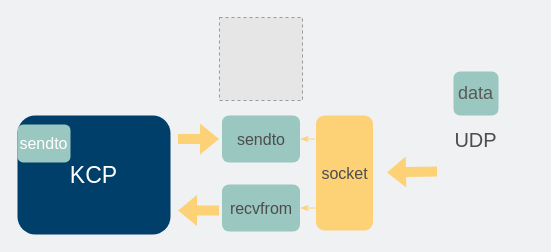
Before: network/加入KCP的UDP通信过程.drawio in xiaobaiTech/image, a draw.io diagram. Source tidied: cells renumbered, new cells numbered last; positions are measured from the earlier drawing's top-left corner, leaving out a move shared by most shapes. Both pictures are drawn from the tidied source at 100%, with x=0, y=0 at pixel (17, 17). Pictures stored in the file or linked from it are replaced by grey dashed boxes.
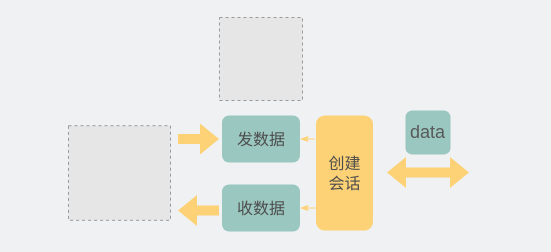
Above is the later version.

Commit message:
更新加入KCP的UDP通信过程.drawio

Diff of the diagram source:
```diff
@@
 <mxGraphModel background="#EFF1F3">
   <root>
     <mxCell id="0" />
     <mxCell id="1" parent="0" />
     <mxCell id="2" style="fillColor=#E6E6E6;strokeColor=#999999;dashed=1;verticalLabelPosition=bottom;verticalAlign=top;" parent="1" vertex="1">
       <mxGeometry x="202" width="83" height="83" as="geometry" />
     </mxCell>
-    <mxCell id="3" style="shape=flexArrow;endArrow=none;startArrow=classic;html=1;rounded=0;fillColor=#FDD276;strokeColor=none;fontColor=#4D4D4D;endFill=0;" parent="1" edge="1">
+    <mxCell id="3" style="shape=flexArrow;endArrow=block;startArrow=classic;html=1;rounded=0;fillColor=#FDD276;strokeColor=none;fontColor=#4D4D4D;endFill=0;" parent="1" edge="1">
       <mxGeometry relative="1" as="geometry">
         <mxPoint x="369" y="155" as="sourcePoint" />
-        <mxPoint x="420" y="154" as="targetPoint" />
+        <mxPoint x="452" y="155" as="targetPoint" />
       </mxGeometry>
     </mxCell>
-    <mxCell id="4" value="&lt;font style=&quot;font-size: 20px;&quot;&gt;UDP&lt;/font&gt;" style="text;html=1;strokeColor=none;fillColor=none;align=center;verticalAlign=middle;whiteSpace=wrap;rounded=0;fontColor=#4D4D4D;" parent="1" vertex="1">
-      <mxGeometry x="400" y="107" width="116.5" height="30" as="geometry" />
-    </mxCell>
     <mxCell id="5" value="&lt;font style=&quot;font-size: 18px;&quot; color=&quot;#595959&quot;&gt;data&lt;/font&gt;" style="rounded=1;whiteSpace=wrap;html=1;fontColor=#4A919B;fillColor=#9AC7BF;strokeColor=none;" parent="1" vertex="1">
-      <mxGeometry x="436" y="54" width="45" height="44" as="geometry" />
+      <mxGeometry x="388" y="93" width="45" height="44" as="geometry" />
     </mxCell>
-    <mxCell id="6" value="&lt;font style=&quot;font-size: 16px;&quot;&gt;socket&lt;/font&gt;" style="text;html=1;strokeColor=none;fillColor=#FDD276;align=center;verticalAlign=middle;whiteSpace=wrap;rounded=1;fontColor=#4D4D4D;" parent="1" vertex="1">
+    <mxCell id="6" value="&lt;font style=&quot;font-size: 16px;&quot;&gt;创建&lt;br&gt;会话&lt;br&gt;&lt;/font&gt;" style="text;html=1;strokeColor=none;fillColor=#FDD276;align=center;verticalAlign=middle;whiteSpace=wrap;rounded=1;fontColor=#4D4D4D;" parent="1" vertex="1">
       <mxGeometry x="298.5" y="98" width="57" height="115" as="geometry" />
     </mxCell>
     <mxCell id="7" style="edgeStyle=orthogonalEdgeStyle;rounded=0;jettySize=auto;html=1;exitX=1;exitY=0.5;exitDx=0;exitDy=0;entryX=-0.008;entryY=0.805;entryDx=0;entryDy=0;entryPerimeter=0;startArrow=classicThin;startFill=1;endArrow=none;endFill=0;strokeColor=#FDD276;fontColor=#4D4D4D;" parent="1" edge="1" source="8" target="6">
       <mxGeometry relative="1" as="geometry" />
     </mxCell>
-    <mxCell id="8" value="&lt;font&gt;&lt;span style=&quot;font-size: 16px;&quot;&gt;recvfrom&lt;/span&gt;&lt;/font&gt;" style="text;html=1;strokeColor=none;fillColor=#9AC7BF;align=center;verticalAlign=middle;whiteSpace=wrap;rounded=1;fontColor=#4D4D4D;" parent="1" vertex="1">
+    <mxCell id="8" value="&lt;font&gt;&lt;span style=&quot;font-size: 16px;&quot;&gt;收数据&lt;/span&gt;&lt;/font&gt;" style="text;html=1;strokeColor=none;fillColor=#9AC7BF;align=center;verticalAlign=middle;whiteSpace=wrap;rounded=1;fontColor=#4D4D4D;" parent="1" vertex="1">
       <mxGeometry x="204.5" y="167" width="78" height="47" as="geometry" />
     </mxCell>
     <mxCell id="9" style="edgeStyle=orthogonalEdgeStyle;rounded=0;jettySize=auto;html=1;exitX=1;exitY=0.5;exitDx=0;exitDy=0;entryX=-0.019;entryY=0.205;entryDx=0;entryDy=0;entryPerimeter=0;strokeColor=#FDD276;startArrow=classicThin;startFill=1;endArrow=none;endFill=0;fontColor=#4D4D4D;" parent="1" edge="1" source="10" target="6">
       <mxGeometry relative="1" as="geometry" />
     </mxCell>
-    <mxCell id="10" value="&lt;span style=&quot;font-size: 16px;&quot;&gt;&lt;font&gt;sendto&lt;/font&gt;&lt;/span&gt;" style="text;html=1;strokeColor=none;fillColor=#9AC7BF;align=center;verticalAlign=middle;whiteSpace=wrap;rounded=1;fontColor=#4D4D4D;" parent="1" vertex="1">
+    <mxCell id="10" value="&lt;span style=&quot;font-size: 16px;&quot;&gt;&lt;font&gt;发数据&lt;/font&gt;&lt;/span&gt;" style="text;html=1;strokeColor=none;fillColor=#9AC7BF;align=center;verticalAlign=middle;whiteSpace=wrap;rounded=1;fontColor=#4D4D4D;" parent="1" vertex="1">
       <mxGeometry x="204.5" y="98" width="78" height="47" as="geometry" />
     </mxCell>
-    <mxCell id="11" value="&lt;font style=&quot;font-size: 23px;&quot; color=&quot;#ffffff&quot;&gt;KCP&lt;/font&gt;" style="rounded=1;whiteSpace=wrap;html=1;fillColor=#003F6A;strokeColor=none;" parent="1" vertex="1">
-      <mxGeometry y="98" width="153" height="119" as="geometry" />
-    </mxCell>
     <mxCell id="12" style="shape=flexArrow;endArrow=none;startArrow=classic;html=1;rounded=0;fillColor=#FDD276;strokeColor=none;fontColor=#4D4D4D;endFill=0;" parent="1" edge="1">
       <mxGeometry relative="1" as="geometry">
         <mxPoint x="160" y="193" as="sourcePoint" />
         <mxPoint x="202" y="193" as="targetPoint" />
       </mxGeometry>
     </mxCell>
     <mxCell id="13" style="shape=flexArrow;endArrow=none;startArrow=classic;html=1;rounded=0;fillColor=#FDD276;strokeColor=none;fontColor=#4D4D4D;endFill=0;" parent="1" edge="1">
       <mxGeometry relative="1" as="geometry">
         <mxPoint x="202" y="121.4" as="sourcePoint" />
         <mxPoint x="160" y="121.4" as="targetPoint" />
       </mxGeometry>
     </mxCell>
-    <mxCell id="14" value="&lt;span style=&quot;font-size: 16px;&quot;&gt;&lt;font color=&quot;#ffffff&quot;&gt;sendto&lt;/font&gt;&lt;/span&gt;" style="text;html=1;strokeColor=none;fillColor=#9AC7BF;align=center;verticalAlign=middle;whiteSpace=wrap;rounded=1;fontColor=#4D4D4D;" parent="1" vertex="1">
-      <mxGeometry y="107" width="53" height="38" as="geometry" />
-    </mxCell>
+    <mxCell id="15" style="fillColor=#E6E6E6;strokeColor=#999999;dashed=1;verticalLabelPosition=bottom;labelBackgroundColor=default;verticalAlign=top;" parent="1" vertex="1">
+      <mxGeometry x="51" y="108.2" width="102" height="94.6" as="geometry" />
+    </mxCell>
   </root>
 </mxGraphModel>
```
